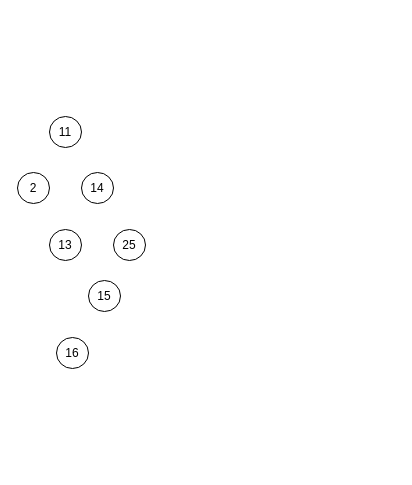
Before: Untitled Diagram.drawio in kyusan93/data-structures-algorithms-python, a draw.io diagram. Source tidied: cells renumbered, new cells numbered last; positions are measured from the earlier drawing's top-left corner, leaving out a move shared by most shapes. Both pictures are drawn from the tidied source at 100%, with x=0, y=0 at pixel (17, 116).
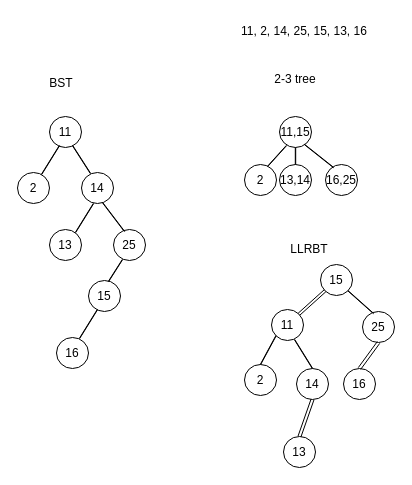
Above is the later version.

The change refers to these unchanged cells:
```xml
<mxCell id="2" value="11" style="ellipse;whiteSpace=wrap;html=1;hachureGap=4;" parent="1" vertex="1">
  <mxGeometry x="32" width="32" height="31" as="geometry" />
</mxCell>
<mxCell id="3" value="2" style="ellipse;whiteSpace=wrap;html=1;hachureGap=4;" parent="1" vertex="1">
  <mxGeometry y="56" width="32" height="31" as="geometry" />
</mxCell>
<mxCell id="4" value="14" style="ellipse;whiteSpace=wrap;html=1;hachureGap=4;" parent="1" vertex="1">
  <mxGeometry x="64" y="56" width="32" height="31" as="geometry" />
</mxCell>
<mxCell id="5" value="25" style="ellipse;whiteSpace=wrap;html=1;hachureGap=4;" parent="1" vertex="1">
  <mxGeometry x="96" y="113" width="32" height="31" as="geometry" />
</mxCell>
<mxCell id="7" value="15" style="ellipse;whiteSpace=wrap;html=1;hachureGap=4;" parent="1" vertex="1">
  <mxGeometry x="71" y="164" width="32" height="31" as="geometry" />
</mxCell>
<mxCell id="8" value="16" style="ellipse;whiteSpace=wrap;html=1;hachureGap=4;" parent="1" vertex="1">
  <mxGeometry x="39" y="221" width="32" height="31" as="geometry" />
</mxCell>
```

The edit, as a diff of the source:
```diff
@@
+    <mxCell id="9" value="11,15" style="ellipse;whiteSpace=wrap;html=1;hachureGap=4;" parent="1" vertex="1">
+      <mxGeometry x="262" width="32" height="31" as="geometry" />
+    </mxCell>
+    <mxCell id="10" value="2" style="ellipse;whiteSpace=wrap;html=1;hachureGap=4;" parent="1" vertex="1">
+      <mxGeometry x="227" y="48" width="32" height="31" as="geometry" />
+    </mxCell>
+    <mxCell id="11" value="16,25" style="ellipse;whiteSpace=wrap;html=1;hachureGap=4;" parent="1" vertex="1">
+      <mxGeometry x="308" y="48" width="32" height="31" as="geometry" />
+    </mxCell>
+    <mxCell id="12" value="13,14" style="ellipse;whiteSpace=wrap;html=1;hachureGap=4;" parent="1" vertex="1">
+      <mxGeometry x="262" y="48" width="32" height="31" as="geometry" />
+    </mxCell>
+    <mxCell id="13" value="15" style="ellipse;whiteSpace=wrap;html=1;hachureGap=4;" parent="1" vertex="1">
+      <mxGeometry x="303" y="148" width="32" height="31" as="geometry" />
+    </mxCell>
+    <mxCell id="14" value="11, 2, 14, 25, 15, 13, 16" style="text;whiteSpace=wrap;html=1;" parent="1" vertex="1">
+      <mxGeometry x="222" y="-99" width="146" height="41" as="geometry" />
+    </mxCell>
+    <mxCell id="15" value="11" style="ellipse;whiteSpace=wrap;html=1;hachureGap=4;" parent="1" vertex="1">
+      <mxGeometry x="254" y="193" width="32" height="31" as="geometry" />
+    </mxCell>
+    <mxCell id="16" value="2" style="ellipse;whiteSpace=wrap;html=1;hachureGap=4;" parent="1" vertex="1">
+      <mxGeometry x="227" y="248" width="32" height="31" as="geometry" />
+    </mxCell>
+    <mxCell id="17" value="14" style="ellipse;whiteSpace=wrap;html=1;hachureGap=4;" parent="1" vertex="1">
+      <mxGeometry x="279" y="252" width="32" height="31" as="geometry" />
+    </mxCell>
+    <mxCell id="18" value="13" style="ellipse;whiteSpace=wrap;html=1;hachureGap=4;" parent="1" vertex="1">
+      <mxGeometry x="266" y="320" width="32" height="31" as="geometry" />
+    </mxCell>
+    <mxCell id="19" value="25" style="ellipse;whiteSpace=wrap;html=1;hachureGap=4;" parent="1" vertex="1">
+      <mxGeometry x="345" y="195" width="32" height="31" as="geometry" />
+    </mxCell>
+    <mxCell id="20" value="16" style="ellipse;whiteSpace=wrap;html=1;hachureGap=4;" parent="1" vertex="1">
+      <mxGeometry x="326" y="252" width="32" height="31" as="geometry" />
+    </mxCell>
+    <mxCell id="21" style="edgeStyle=none;jettySize=auto;html=1;rounded=0;endArrow=open;sourcePerimeterSpacing=8;targetPerimeterSpacing=8;curved=1;shape=link;width=-3;exitX=0.5;exitY=0;exitDx=0;exitDy=0;entryX=0.5;entryY=1;entryDx=0;entryDy=0;" parent="1" edge="1" source="18" target="17">
+      <mxGeometry relative="1" as="geometry" />
+    </mxCell>
+    <mxCell id="22" style="edgeStyle=none;jettySize=auto;html=1;rounded=0;endArrow=open;sourcePerimeterSpacing=8;targetPerimeterSpacing=8;curved=1;shape=link;width=2.549019607843139;entryX=0;entryY=1;entryDx=0;entryDy=0;exitX=1;exitY=0;exitDx=0;exitDy=0;" parent="1" edge="1" source="15" target="13">
+      <mxGeometry relative="1" as="geometry" />
+    </mxCell>
+    <mxCell id="23" style="edgeStyle=none;jettySize=auto;html=1;rounded=0;endArrow=open;sourcePerimeterSpacing=8;targetPerimeterSpacing=8;curved=1;shape=link;width=-3;entryX=0.5;entryY=1;entryDx=0;entryDy=0;exitX=0.5;exitY=0;exitDx=0;exitDy=0;" parent="1" edge="1" source="20" target="19">
+      <mxGeometry relative="1" as="geometry" />
+    </mxCell>
+    <mxCell id="24" style="edgeStyle=none;jettySize=auto;html=1;rounded=0;endArrow=open;sourcePerimeterSpacing=8;targetPerimeterSpacing=8;curved=1;shape=link;width=0.37037037037037024;exitX=0.5;exitY=0;exitDx=0;exitDy=0;entryX=0;entryY=1;entryDx=0;entryDy=0;" parent="1" edge="1" source="16" target="15">
+      <mxGeometry relative="1" as="geometry" />
+    </mxCell>
+    <mxCell id="25" style="edgeStyle=none;jettySize=auto;html=1;rounded=0;endArrow=open;sourcePerimeterSpacing=8;targetPerimeterSpacing=8;curved=1;shape=link;width=0.37037037037037024;exitX=0.344;exitY=0.065;exitDx=0;exitDy=0;entryX=1;entryY=1;entryDx=0;entryDy=0;exitPerimeter=0;" parent="1" edge="1" source="19" target="13">
+      <mxGeometry relative="1" as="geometry" />
+    </mxCell>
+    <mxCell id="26" style="edgeStyle=none;jettySize=auto;html=1;rounded=0;endArrow=open;sourcePerimeterSpacing=8;targetPerimeterSpacing=8;curved=1;shape=link;width=0.37037037037037024;exitX=0.5;exitY=0;exitDx=0;exitDy=0;entryX=0.719;entryY=0.968;entryDx=0;entryDy=0;entryPerimeter=0;" parent="1" edge="1" source="17" target="15">
+      <mxGeometry relative="1" as="geometry" />
+    </mxCell>
+    <mxCell id="27" style="edgeStyle=none;jettySize=auto;html=1;rounded=0;endArrow=open;sourcePerimeterSpacing=8;targetPerimeterSpacing=8;curved=1;shape=link;width=0.37037037037037024;exitX=0.719;exitY=0.065;exitDx=0;exitDy=0;exitPerimeter=0;entryX=0.219;entryY=0.935;entryDx=0;entryDy=0;entryPerimeter=0;" parent="1" edge="1" source="10" target="9">
+      <mxGeometry relative="1" as="geometry" />
+    </mxCell>
+    <mxCell id="28" style="edgeStyle=none;jettySize=auto;html=1;rounded=0;endArrow=open;sourcePerimeterSpacing=8;targetPerimeterSpacing=8;curved=1;shape=link;width=0.37037037037037024;exitX=0.5;exitY=0;exitDx=0;exitDy=0;entryX=0.5;entryY=1;entryDx=0;entryDy=0;" parent="1" edge="1" source="12" target="9">
+      <mxGeometry relative="1" as="geometry" />
+    </mxCell>
+    <mxCell id="29" style="edgeStyle=none;jettySize=auto;html=1;rounded=0;endArrow=open;sourcePerimeterSpacing=8;targetPerimeterSpacing=8;curved=1;shape=link;width=0.37037037037037024;entryX=0.781;entryY=0.903;entryDx=0;entryDy=0;entryPerimeter=0;exitX=0.25;exitY=0.097;exitDx=0;exitDy=0;exitPerimeter=0;" parent="1" edge="1" source="11" target="9">
+      <mxGeometry relative="1" as="geometry" />
+    </mxCell>
+    <mxCell id="30" style="edgeStyle=none;jettySize=auto;html=1;rounded=0;endArrow=open;sourcePerimeterSpacing=8;targetPerimeterSpacing=8;curved=1;shape=link;width=0.37037037037037024;exitX=0.75;exitY=0.065;exitDx=0;exitDy=0;exitPerimeter=0;entryX=0.313;entryY=0.935;entryDx=0;entryDy=0;entryPerimeter=0;" parent="1" edge="1" source="3" target="2">
+      <mxGeometry relative="1" as="geometry" />
+    </mxCell>
+    <mxCell id="31" style="edgeStyle=none;jettySize=auto;html=1;rounded=0;endArrow=open;sourcePerimeterSpacing=8;targetPerimeterSpacing=8;curved=1;shape=link;width=0.37037037037037024;entryX=0.719;entryY=0.935;entryDx=0;entryDy=0;entryPerimeter=0;" parent="1" edge="1" target="2">
+      <mxGeometry relative="1" as="geometry">
+        <mxPoint x="73" y="57" as="sourcePoint" />
+      </mxGeometry>
+    </mxCell>
+    <mxCell id="32" style="edgeStyle=none;jettySize=auto;html=1;rounded=0;endArrow=open;sourcePerimeterSpacing=8;targetPerimeterSpacing=8;curved=1;shape=link;width=0.37037037037037024;entryX=0.375;entryY=1;entryDx=0;entryDy=0;entryPerimeter=0;" parent="1" edge="1" target="4">
+      <mxGeometry relative="1" as="geometry">
+        <mxPoint x="58" y="116" as="sourcePoint" />
+      </mxGeometry>
+    </mxCell>
+    <mxCell id="33" style="edgeStyle=none;jettySize=auto;html=1;rounded=0;endArrow=open;sourcePerimeterSpacing=8;targetPerimeterSpacing=8;curved=1;shape=link;width=0.37037037037037024;entryX=0.656;entryY=0.968;entryDx=0;entryDy=0;entryPerimeter=0;exitX=0.344;exitY=0.065;exitDx=0;exitDy=0;exitPerimeter=0;" parent="1" edge="1" source="5" target="4">
+      <mxGeometry relative="1" as="geometry" />
+    </mxCell>
+    <mxCell id="34" style="edgeStyle=none;jettySize=auto;html=1;rounded=0;endArrow=open;sourcePerimeterSpacing=8;targetPerimeterSpacing=8;curved=1;shape=link;width=0.37037037037037024;exitX=0.625;exitY=0.032;exitDx=0;exitDy=0;entryX=0.281;entryY=0.968;entryDx=0;entryDy=0;exitPerimeter=0;entryPerimeter=0;" parent="1" edge="1" source="7" target="5">
+      <mxGeometry relative="1" as="geometry" />
+    </mxCell>
+    <mxCell id="35" style="edgeStyle=none;jettySize=auto;html=1;rounded=0;endArrow=open;sourcePerimeterSpacing=8;targetPerimeterSpacing=8;curved=1;shape=link;width=0.37037037037037024;exitX=0.719;exitY=0.032;exitDx=0;exitDy=0;entryX=0.281;entryY=0.935;entryDx=0;entryDy=0;exitPerimeter=0;entryPerimeter=0;" parent="1" edge="1" source="8" target="7">
+      <mxGeometry relative="1" as="geometry" />
+    </mxCell>
+    <mxCell id="36" value="BST" style="text;strokeColor=none;fillColor=none;html=1;align=center;verticalAlign=middle;whiteSpace=wrap;rounded=0;hachureGap=4;" parent="1" vertex="1">
+      <mxGeometry x="14" y="-48" width="60" height="30" as="geometry" />
+    </mxCell>
+    <mxCell id="37" value="2-3 tree" style="text;strokeColor=none;fillColor=none;html=1;align=center;verticalAlign=middle;whiteSpace=wrap;rounded=0;hachureGap=4;" parent="1" vertex="1">
+      <mxGeometry x="248" y="-52" width="60" height="30" as="geometry" />
+    </mxCell>
+    <mxCell id="38" value="LLRBT" style="text;strokeColor=none;fillColor=none;html=1;align=center;verticalAlign=middle;whiteSpace=wrap;rounded=0;hachureGap=4;" parent="1" vertex="1">
+      <mxGeometry x="262" y="118" width="60" height="30" as="geometry" />
+    </mxCell>
```
